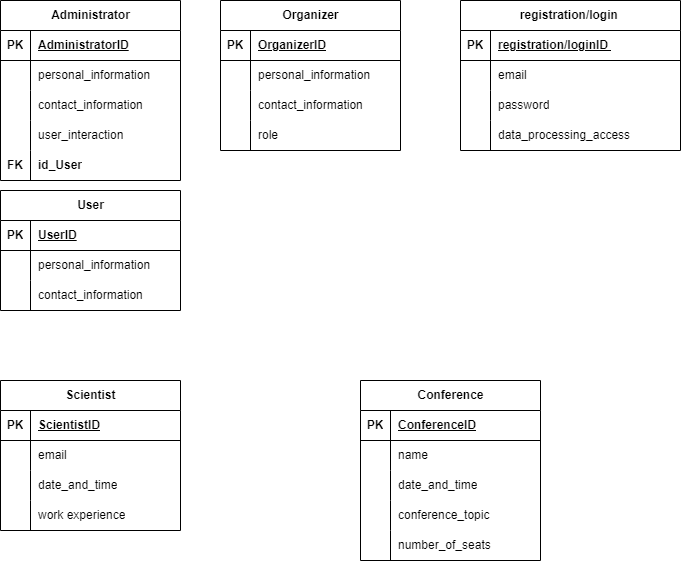
The draw.io diagram Диаграмма научной конфиренции.drawio.png in makatom15/scientific-conference-, before a commit. Source tidied: cells renumbered, new cells last; positions are measured from the earlier drawing's top-left corner, leaving out a move shared by most shapes.
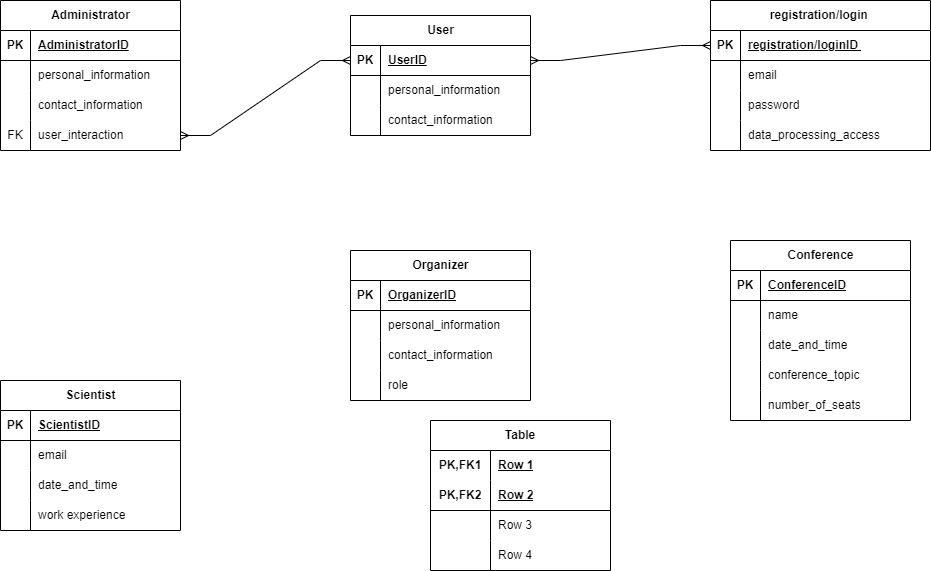
Above is the later version.

The edit, as a diff of the source:
```diff
@@ -3,7 +3,7 @@
     <mxCell id="0" />
     <mxCell id="1" parent="0" />
     <mxCell id="2" value="Administrator" style="shape=table;startSize=30;rowLines=0;fontStyle=1;align=center;html=1;" parent="1" vertex="1">
-      <mxGeometry width="180" height="180" as="geometry" />
+      <mxGeometry width="180" height="150" as="geometry" />
     </mxCell>
     <mxCell id="3" style="shape=tableRow;horizontal=0;startSize=0;swimlaneHead=0;swimlaneBody=0;fillColor=none;top=0;left=0;right=0;bottom=1;" parent="2" vertex="1">
       <mxGeometry y="30" width="180" height="30" as="geometry" />
@@ -35,23 +35,14 @@
     <mxCell id="12" style="shape=tableRow;horizontal=0;startSize=0;swimlaneHead=0;swimlaneBody=0;fillColor=none;points=[[0,0.5],[1,0.5]];portConstraint=eastwest;top=0;left=0;right=0;bottom=0;" parent="2" vertex="1">
       <mxGeometry y="120" width="180" height="30" as="geometry" />
     </mxCell>
-    <mxCell id="13" style="shape=partialRectangle;fillColor=none;top=0;left=0;bottom=0;right=0;overflow=hidden;whiteSpace=wrap;html=1;" parent="12" vertex="1">
+    <mxCell id="13" value="FK" style="shape=partialRectangle;fillColor=none;top=0;left=0;bottom=0;right=0;overflow=hidden;whiteSpace=wrap;html=1;" parent="12" vertex="1">
       <mxGeometry width="30" height="30" as="geometry" />
     </mxCell>
     <mxCell id="14" value="user_interaction" style="shape=partialRectangle;fillColor=none;top=0;left=0;bottom=0;right=0;align=left;spacingLeft=6;overflow=hidden;whiteSpace=wrap;html=1;" parent="12" vertex="1">
       <mxGeometry x="30" width="150" height="30" as="geometry" />
     </mxCell>
-    <mxCell id="15" style="shape=tableRow;horizontal=0;startSize=0;swimlaneHead=0;swimlaneBody=0;fillColor=none;top=0;left=0;right=0;bottom=0;" parent="2" vertex="1">
-      <mxGeometry y="150" width="180" height="30" as="geometry" />
-    </mxCell>
-    <mxCell id="16" value="FK" style="shape=partialRectangle;fillColor=none;top=0;left=0;bottom=0;right=0;overflow=hidden;whiteSpace=wrap;html=1;fontStyle=1;" parent="15" vertex="1">
-      <mxGeometry width="30" height="30" as="geometry" />
-    </mxCell>
-    <mxCell id="17" value="&lt;b&gt;id_User&lt;/b&gt;" style="shape=partialRectangle;fillColor=none;top=0;left=0;bottom=0;right=0;align=left;spacingLeft=6;overflow=hidden;whiteSpace=wrap;html=1;" parent="15" vertex="1">
-      <mxGeometry x="30" width="150" height="30" as="geometry" />
-    </mxCell>
     <mxCell id="18" value="Organizer" style="shape=table;startSize=30;rowLines=0;fontStyle=1;align=center;html=1;" parent="1" vertex="1">
-      <mxGeometry x="220" width="180" height="150" as="geometry" />
+      <mxGeometry x="350" y="250" width="180" height="150" as="geometry" />
     </mxCell>
     <mxCell id="19" style="shape=tableRow;horizontal=0;startSize=0;swimlaneHead=0;swimlaneBody=0;fillColor=none;top=0;left=0;right=0;bottom=1;" parent="18" vertex="1">
       <mxGeometry y="30" width="180" height="30" as="geometry" />
@@ -90,7 +81,7 @@
       <mxGeometry x="30" width="150" height="30" as="geometry" />
     </mxCell>
     <mxCell id="31" value="User" style="shape=table;startSize=30;rowLines=0;fontStyle=1;align=center;html=1;" parent="1" vertex="1">
-      <mxGeometry y="190" width="180" height="120" as="geometry" />
+      <mxGeometry x="350" y="15" width="180" height="120" as="geometry" />
     </mxCell>
     <mxCell id="32" style="shape=tableRow;horizontal=0;startSize=0;swimlaneHead=0;swimlaneBody=0;fillColor=none;points=[[0,0.5],[1,0.5]];portConstraint=eastwest;top=0;left=0;right=0;bottom=1;" parent="31" vertex="1">
       <mxGeometry y="30" width="180" height="30" as="geometry" />
@@ -120,7 +111,7 @@
       <mxGeometry x="30" width="150" height="30" as="geometry" />
     </mxCell>
     <mxCell id="41" value="&lt;div&gt;registration/login&amp;nbsp;&lt;/div&gt;" style="shape=table;startSize=30;rowLines=0;fontStyle=1;align=center;html=1;" parent="1" vertex="1">
-      <mxGeometry x="460" width="220" height="150" as="geometry" />
+      <mxGeometry x="710" width="220" height="150" as="geometry" />
     </mxCell>
     <mxCell id="42" style="shape=tableRow;horizontal=0;startSize=0;swimlaneHead=0;swimlaneBody=0;fillColor=none;points=[[0,0.5],[1,0.5]];portConstraint=eastwest;top=0;left=0;right=0;bottom=1;" parent="41" vertex="1">
       <mxGeometry y="30" width="220" height="30" as="geometry" />
@@ -198,7 +189,7 @@
       <mxGeometry x="30" width="150" height="30" as="geometry" />
     </mxCell>
     <mxCell id="67" value="Conference" style="shape=table;startSize=30;rowLines=0;fontStyle=1;align=center;html=1;" parent="1" vertex="1">
-      <mxGeometry x="360" y="380" width="180" height="180" as="geometry" />
+      <mxGeometry x="730" y="240" width="180" height="180" as="geometry" />
     </mxCell>
     <mxCell id="68" style="shape=tableRow;horizontal=0;startSize=0;swimlaneHead=0;swimlaneBody=0;fillColor=none;top=0;left=0;right=0;bottom=1;" parent="67" vertex="1">
       <mxGeometry y="30" width="180" height="30" as="geometry" />
@@ -245,5 +236,50 @@
     <mxCell id="82" value="number_of_seats" style="shape=partialRectangle;fillColor=none;top=0;left=0;bottom=0;right=0;align=left;spacingLeft=6;overflow=hidden;whiteSpace=wrap;html=1;" parent="80" vertex="1">
       <mxGeometry x="30" width="150" height="30" as="geometry" />
     </mxCell>
+    <mxCell id="83" style="edgeStyle=entityRelationEdgeStyle;fontSize=12;html=1;endArrow=ERmany;startArrow=ERmany;rounded=0;exitX=1;exitY=0.5;exitDx=0;exitDy=0;entryX=0;entryY=0.5;entryDx=0;entryDy=0;" parent="1" edge="1" source="32" target="42">
+      <mxGeometry relative="1" as="geometry" />
+    </mxCell>
+    <mxCell id="84" style="edgeStyle=entityRelationEdgeStyle;fontSize=12;html=1;endArrow=ERmany;startArrow=ERmany;rounded=0;exitX=1;exitY=0.5;exitDx=0;exitDy=0;" parent="1" edge="1" source="12" target="32">
+      <mxGeometry relative="1" as="geometry" />
+    </mxCell>
+    <mxCell id="85" value="Table" style="shape=table;startSize=30;rowLines=0;fontStyle=1;align=center;html=1;whiteSpace=wrap;" parent="1" vertex="1">
+      <mxGeometry x="430" y="420" width="180" height="150" as="geometry" />
+    </mxCell>
+    <mxCell id="86" style="shape=tableRow;horizontal=0;startSize=0;swimlaneHead=0;swimlaneBody=0;fillColor=none;top=0;left=0;right=0;bottom=0;html=1;" parent="85" vertex="1">
+      <mxGeometry y="30" width="180" height="30" as="geometry" />
+    </mxCell>
+    <mxCell id="87" value="PK,FK1" style="shape=partialRectangle;fillColor=none;top=0;left=0;bottom=0;right=0;fontStyle=1;overflow=hidden;html=1;whiteSpace=wrap;" parent="86" vertex="1">
+      <mxGeometry width="60" height="30" as="geometry" />
+    </mxCell>
+    <mxCell id="88" value="Row 1" style="shape=partialRectangle;fillColor=none;top=0;left=0;bottom=0;right=0;align=left;spacingLeft=6;fontStyle=5;overflow=hidden;html=1;whiteSpace=wrap;" parent="86" vertex="1">
+      <mxGeometry x="60" width="120" height="30" as="geometry" />
+    </mxCell>
+    <mxCell id="89" style="shape=tableRow;horizontal=0;startSize=0;swimlaneHead=0;swimlaneBody=0;fillColor=none;top=0;left=0;right=0;bottom=1;html=1;" parent="85" vertex="1">
+      <mxGeometry y="60" width="180" height="30" as="geometry" />
+    </mxCell>
+    <mxCell id="90" value="PK,FK2" style="shape=partialRectangle;fillColor=none;top=0;left=0;bottom=0;right=0;fontStyle=1;overflow=hidden;html=1;whiteSpace=wrap;" parent="89" vertex="1">
+      <mxGeometry width="60" height="30" as="geometry" />
+    </mxCell>
+    <mxCell id="91" value="Row 2" style="shape=partialRectangle;fillColor=none;top=0;left=0;bottom=0;right=0;align=left;spacingLeft=6;fontStyle=5;overflow=hidden;html=1;whiteSpace=wrap;" parent="89" vertex="1">
+      <mxGeometry x="60" width="120" height="30" as="geometry" />
+    </mxCell>
+    <mxCell id="92" style="shape=tableRow;horizontal=0;startSize=0;swimlaneHead=0;swimlaneBody=0;fillColor=none;top=0;left=0;right=0;bottom=0;html=1;" parent="85" vertex="1">
+      <mxGeometry y="90" width="180" height="30" as="geometry" />
+    </mxCell>
+    <mxCell id="93" style="shape=partialRectangle;fillColor=none;top=0;left=0;bottom=0;right=0;overflow=hidden;html=1;whiteSpace=wrap;" parent="92" vertex="1">
+      <mxGeometry width="60" height="30" as="geometry" />
+    </mxCell>
+    <mxCell id="94" value="Row 3" style="shape=partialRectangle;fillColor=none;top=0;left=0;bottom=0;right=0;align=left;spacingLeft=6;overflow=hidden;html=1;whiteSpace=wrap;" parent="92" vertex="1">
+      <mxGeometry x="60" width="120" height="30" as="geometry" />
+    </mxCell>
+    <mxCell id="95" style="shape=tableRow;horizontal=0;startSize=0;swimlaneHead=0;swimlaneBody=0;fillColor=none;top=0;left=0;right=0;bottom=0;html=1;" parent="85" vertex="1">
+      <mxGeometry y="120" width="180" height="30" as="geometry" />
+    </mxCell>
+    <mxCell id="96" style="shape=partialRectangle;fillColor=none;top=0;left=0;bottom=0;right=0;overflow=hidden;html=1;whiteSpace=wrap;" parent="95" vertex="1">
+      <mxGeometry width="60" height="30" as="geometry" />
+    </mxCell>
+    <mxCell id="97" value="Row 4" style="shape=partialRectangle;fillColor=none;top=0;left=0;bottom=0;right=0;align=left;spacingLeft=6;overflow=hidden;html=1;whiteSpace=wrap;" parent="95" vertex="1">
+      <mxGeometry x="60" width="120" height="30" as="geometry" />
+    </mxCell>
   </root>
 </mxGraphModel>
```
